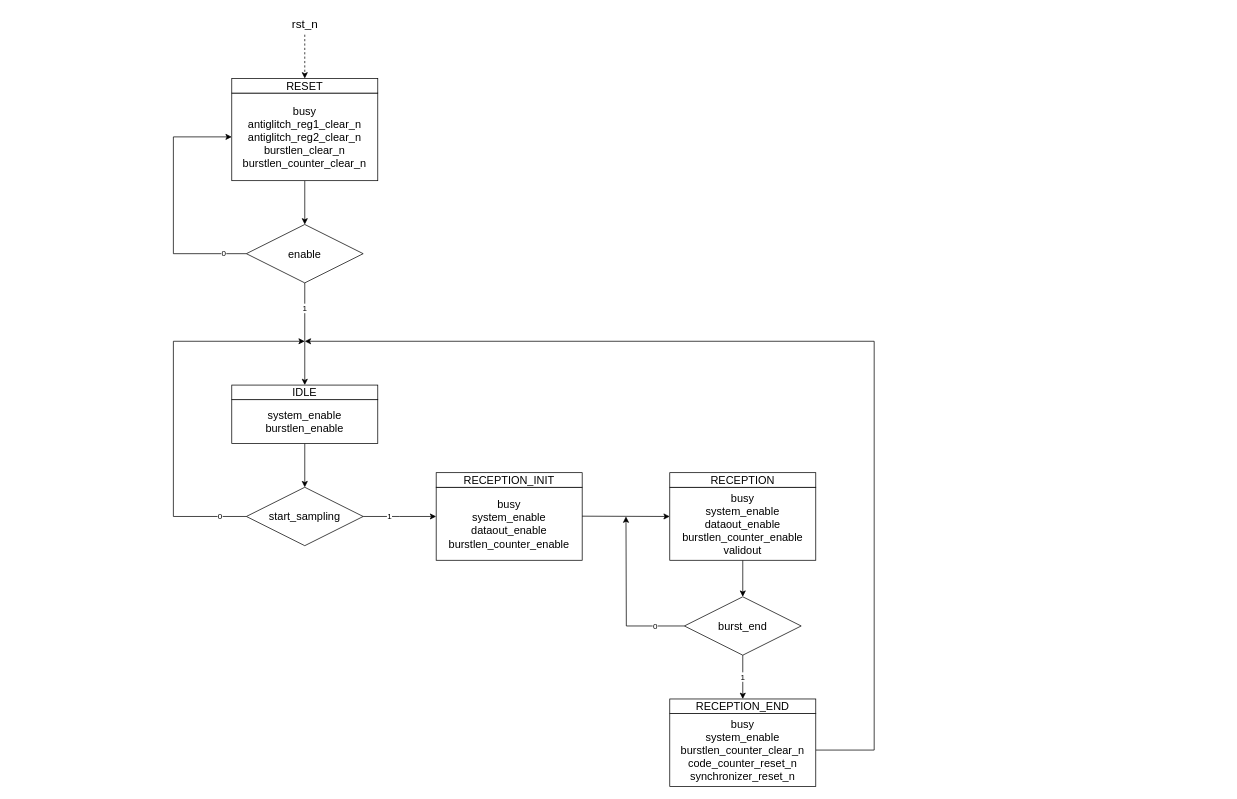
Before: page "synchronizer: FSM" (5 of 5) of IP_cores/AvalonMM_to_hRAM/SSRAM_to_hRAM_v1/rtl/SSRAM_to_hRAM.drawio in AndreaBononi/IP_cores, a draw.io diagram. Source tidied: cells renumbered, new cells numbered last; positions are measured from the earlier drawing's top-left corner, leaving out a move shared by most shapes. Both pictures are drawn from the tidied source at 73%, with x=0, y=0 at pixel (173, 12).
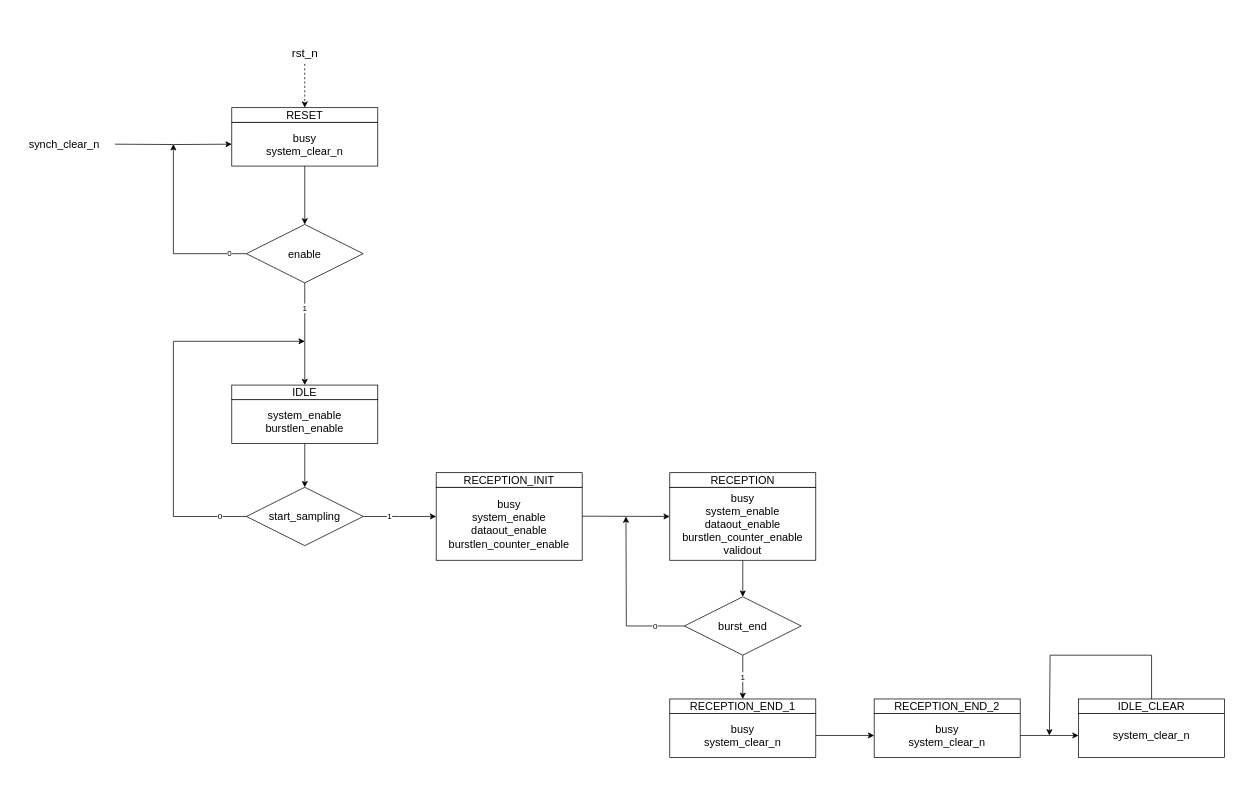
The same page after the edit.

The change refers to these unchanged cells:
```xml
<mxCell id="15" value="&lt;font style=&quot;font-size: 15px;&quot;&gt;enable&lt;/font&gt;" style="rhombus;whiteSpace=wrap;html=1;" parent="1" vertex="1">
  <mxGeometry x="100" y="290" width="160" height="80" as="geometry" />
</mxCell>
```

What changed in the source:
```diff
@@
+    <mxCell id="28" style="edgeStyle=orthogonalEdgeStyle;rounded=0;jettySize=auto;html=1;exitX=0;exitY=0.5;exitDx=0;exitDy=0;entryX=0;entryY=0.5;entryDx=0;entryDy=0;" parent="1" edge="1" target="4">
+      <mxGeometry relative="1" as="geometry">
+        <mxPoint x="-80" y="180" as="sourcePoint" />
+      </mxGeometry>
+    </mxCell>
-    <mxCell id="4" value="&lt;div style=&quot;font-size: 15px;&quot;&gt;&lt;font style=&quot;font-size: 15px;&quot;&gt;busy&lt;/font&gt;&lt;/div&gt;&lt;div style=&quot;font-size: 15px;&quot;&gt;&lt;font style=&quot;font-size: 15px;&quot;&gt;antiglitch_reg1_clear_n&lt;/font&gt;&lt;/div&gt;&lt;div style=&quot;font-size: 15px;&quot;&gt;&lt;font style=&quot;font-size: 15px;&quot;&gt;antiglitch_reg2_clear_n&lt;/font&gt;&lt;/div&gt;&lt;div style=&quot;font-size: 15px;&quot;&gt;&lt;font style=&quot;font-size: 15px;&quot;&gt;burstlen_clear_n&lt;/font&gt;&lt;/div&gt;&lt;div style=&quot;font-size: 15px;&quot;&gt;&lt;font style=&quot;font-size: 15px;&quot;&gt;burstlen_counter_clear_n&lt;font style=&quot;font-size: 15px;&quot;&gt;&lt;br&gt;&lt;/font&gt;&lt;/font&gt;&lt;/div&gt;" style="rounded=0;whiteSpace=wrap;html=1;" parent="1" vertex="1">
-      <mxGeometry x="80" y="110" width="200" height="120" as="geometry" />
+    <mxCell id="4" value="&lt;div style=&quot;font-size: 15px;&quot;&gt;&lt;font style=&quot;font-size: 15px;&quot;&gt;busy&lt;/font&gt;&lt;/div&gt;&lt;div style=&quot;font-size: 15px;&quot;&gt;&lt;font style=&quot;font-size: 15px;&quot;&gt;system_clear_n&lt;font style=&quot;font-size: 15px;&quot;&gt;&lt;br&gt;&lt;/font&gt;&lt;/font&gt;&lt;/div&gt;" style="rounded=0;whiteSpace=wrap;html=1;" parent="1" vertex="1">
+      <mxGeometry x="80" y="150" width="200" height="60" as="geometry" />
     </mxCell>
     <mxCell id="5" style="edgeStyle=orthogonalEdgeStyle;rounded=0;jettySize=auto;html=1;entryX=0.5;entryY=0;entryDx=0;entryDy=0;dashed=1;" parent="1" edge="1" target="6">
       <mxGeometry relative="1" as="geometry">
-        <mxPoint x="180" y="30" as="sourcePoint" />
+        <mxPoint x="180" y="70" as="sourcePoint" />
         <Array as="points">
-          <mxPoint x="180" y="60" />
-          <mxPoint x="180" y="60" />
+          <mxPoint x="180" y="100" />
+          <mxPoint x="180" y="100" />
         </Array>
       </mxGeometry>
     </mxCell>
     <mxCell id="6" value="&lt;font style=&quot;font-size: 15px;&quot;&gt;RESET&lt;/font&gt;" style="rounded=0;whiteSpace=wrap;html=1;" parent="1" vertex="1">
-      <mxGeometry x="80" y="90" width="200" height="20" as="geometry" />
+      <mxGeometry x="80" y="130" width="200" height="20" as="geometry" />
     </mxCell>
     <mxCell id="7" value="&lt;font style=&quot;font-size: 16px;&quot;&gt;rst_n&lt;/font&gt;" style="text;html=1;align=center;verticalAlign=middle;strokeColor=none;fillColor=none;" parent="1" vertex="1">
-      <mxGeometry x="150" width="60" height="30" as="geometry" />
+      <mxGeometry x="150" y="40" width="60" height="30" as="geometry" />
     </mxCell>
@@
-    <mxCell id="14" value="0" style="edgeStyle=orthogonalEdgeStyle;rounded=0;jettySize=auto;html=1;exitX=0;exitY=0.5;exitDx=0;exitDy=0;entryX=0;entryY=0.5;entryDx=0;entryDy=0;" parent="1" edge="1" source="15" target="4">
+    <mxCell id="14" value="0" style="edgeStyle=orthogonalEdgeStyle;rounded=0;jettySize=auto;html=1;exitX=0;exitY=0.5;exitDx=0;exitDy=0;" parent="1" edge="1" source="15">
       <mxGeometry x="-0.82" relative="1" as="geometry">
+        <mxPoint y="180" as="targetPoint" />
         <Array as="points">
           <mxPoint y="330" />
-          <mxPoint y="170" />
         </Array>
       </mxGeometry>
     </mxCell>
@@
-    <mxCell id="25" style="edgeStyle=orthogonalEdgeStyle;rounded=0;jettySize=auto;html=1;exitX=1;exitY=0.5;exitDx=0;exitDy=0;" parent="1" edge="1" source="26">
-      <mxGeometry relative="1" as="geometry">
-        <mxPoint x="180" y="450" as="targetPoint" />
-        <Array as="points">
-          <mxPoint x="960" y="1010" />
-          <mxPoint x="960" y="450" />
-        </Array>
-      </mxGeometry>
-    </mxCell>
+    <mxCell id="29" style="edgeStyle=orthogonalEdgeStyle;rounded=0;jettySize=auto;html=1;exitX=1;exitY=0.5;exitDx=0;exitDy=0;" parent="1" edge="1" source="26" target="32">
+      <mxGeometry relative="1" as="geometry" />
+    </mxCell>
-    <mxCell id="26" value="&lt;div style=&quot;font-size: 15px;&quot;&gt;&lt;font style=&quot;font-size: 15px;&quot;&gt;busy&lt;/font&gt;&lt;/div&gt;&lt;div style=&quot;font-size: 15px;&quot;&gt;&lt;font style=&quot;font-size: 15px;&quot;&gt;system_enable&lt;/font&gt;&lt;/div&gt;&lt;div style=&quot;font-size: 15px;&quot;&gt;&lt;font style=&quot;font-size: 15px;&quot;&gt;&lt;font style=&quot;font-size: 15px;&quot;&gt;burstlen_counter_clear_n&lt;/font&gt;&lt;/font&gt;&lt;/div&gt;&lt;div style=&quot;font-size: 15px;&quot;&gt;&lt;font style=&quot;font-size: 15px;&quot;&gt;&lt;font style=&quot;font-size: 15px;&quot;&gt;code_counter_reset_n&lt;/font&gt;&lt;/font&gt;&lt;/div&gt;&lt;div style=&quot;font-size: 15px;&quot;&gt;&lt;font style=&quot;font-size: 15px;&quot;&gt;&lt;font style=&quot;font-size: 15px;&quot;&gt;synchronizer_reset_n&lt;br&gt;&lt;/font&gt;&lt;/font&gt;&lt;/div&gt;" style="rounded=0;whiteSpace=wrap;html=1;" parent="1" vertex="1">
-      <mxGeometry x="680" y="960" width="200" height="100" as="geometry" />
+    <mxCell id="26" value="&lt;div style=&quot;font-size: 15px;&quot;&gt;&lt;font style=&quot;font-size: 15px;&quot;&gt;busy&lt;/font&gt;&lt;/div&gt;&lt;div style=&quot;font-size: 15px;&quot;&gt;&lt;font style=&quot;font-size: 15px;&quot;&gt;&lt;font style=&quot;font-size: 15px;&quot;&gt;system_clear_n&lt;/font&gt;&lt;/font&gt;&lt;/div&gt;" style="rounded=0;whiteSpace=wrap;html=1;" parent="1" vertex="1">
+      <mxGeometry x="680" y="960" width="200" height="60" as="geometry" />
     </mxCell>
-    <mxCell id="27" value="&lt;font style=&quot;font-size: 15px;&quot;&gt;RECEPTION_END&lt;/font&gt;" style="rounded=0;whiteSpace=wrap;html=1;" parent="1" vertex="1">
+    <mxCell id="27" value="&lt;font style=&quot;font-size: 15px;&quot;&gt;RECEPTION_END_1&lt;/font&gt;" style="rounded=0;whiteSpace=wrap;html=1;" parent="1" vertex="1">
       <mxGeometry x="680" y="940" width="200" height="20" as="geometry" />
     </mxCell>
+    <mxCell id="30" value="&lt;font style=&quot;font-size: 15px;&quot;&gt;synch_clear_n&lt;/font&gt;" style="text;html=1;align=right;verticalAlign=middle;strokeColor=none;fillColor=none;" parent="1" vertex="1">
+      <mxGeometry x="-220" y="165" width="120" height="30" as="geometry" />
+    </mxCell>
+    <mxCell id="31" style="edgeStyle=orthogonalEdgeStyle;rounded=0;jettySize=auto;html=1;exitX=1;exitY=0.5;exitDx=0;exitDy=0;entryX=0;entryY=0.5;entryDx=0;entryDy=0;" parent="1" edge="1" source="32" target="34">
+      <mxGeometry relative="1" as="geometry" />
+    </mxCell>
+    <mxCell id="32" value="&lt;div style=&quot;font-size: 15px;&quot;&gt;&lt;font style=&quot;font-size: 15px;&quot;&gt;busy&lt;/font&gt;&lt;/div&gt;&lt;div style=&quot;font-size: 15px;&quot;&gt;&lt;font style=&quot;font-size: 15px;&quot;&gt;&lt;font style=&quot;font-size: 15px;&quot;&gt;system_clear_n&lt;/font&gt;&lt;/font&gt;&lt;/div&gt;" style="rounded=0;whiteSpace=wrap;html=1;" parent="1" vertex="1">
+      <mxGeometry x="960" y="960" width="200" height="60" as="geometry" />
+    </mxCell>
+    <mxCell id="33" value="&lt;font style=&quot;font-size: 15px;&quot;&gt;RECEPTION_END_2&lt;/font&gt;" style="rounded=0;whiteSpace=wrap;html=1;" parent="1" vertex="1">
+      <mxGeometry x="960" y="940" width="200" height="20" as="geometry" />
+    </mxCell>
+    <mxCell id="34" value="&lt;div style=&quot;font-size: 15px;&quot;&gt;&lt;font style=&quot;font-size: 15px;&quot;&gt;&lt;font style=&quot;font-size: 15px;&quot;&gt;system_clear_n&lt;/font&gt;&lt;/font&gt;&lt;/div&gt;" style="rounded=0;whiteSpace=wrap;html=1;" parent="1" vertex="1">
+      <mxGeometry x="1240" y="960" width="200" height="60" as="geometry" />
+    </mxCell>
+    <mxCell id="35" style="edgeStyle=orthogonalEdgeStyle;rounded=0;jettySize=auto;html=1;exitX=0.5;exitY=0;exitDx=0;exitDy=0;" parent="1" edge="1" source="36">
+      <mxGeometry relative="1" as="geometry">
+        <mxPoint x="1200" y="990" as="targetPoint" />
+        <Array as="points">
+          <mxPoint x="1340" y="880" />
+          <mxPoint x="1201" y="880" />
+          <mxPoint x="1201" y="990" />
+        </Array>
+      </mxGeometry>
+    </mxCell>
+    <mxCell id="36" value="&lt;font style=&quot;font-size: 15px;&quot;&gt;IDLE_CLEAR&lt;/font&gt;" style="rounded=0;whiteSpace=wrap;html=1;" parent="1" vertex="1">
+      <mxGeometry x="1240" y="940" width="200" height="20" as="geometry" />
+    </mxCell>
```
